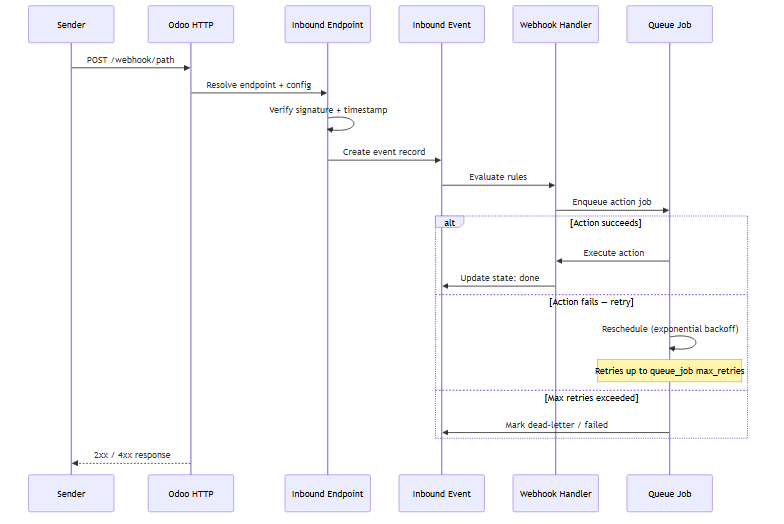
The Mermaid diagram bwt_webhooks_inbound/static/description/diagrams/webhooks-inbound-sequence.png in bitwise-hq/odoo-webhooks, before a commit. Its source is kept beside it as docs/diagrams/webhooks-inbound-sequence.mmd.
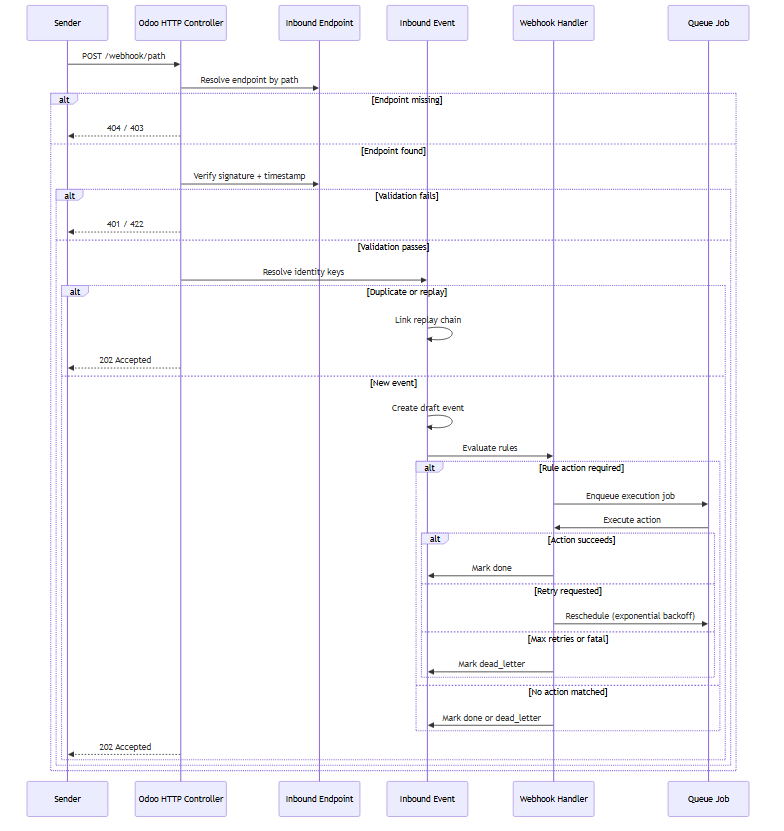
Later version of the same file.

The edit, as a diff of the source:
```diff
@@ -1,24 +1,41 @@
 sequenceDiagram
   participant Sender
-  participant Odoo as Odoo HTTP
+  participant HTTP as Odoo HTTP Controller
   participant Endpoint as Inbound Endpoint
   participant Event as Inbound Event
   participant Handler as Webhook Handler
   participant Queue as Queue Job
 
-  Sender->>Odoo: POST /webhook/path
-  Odoo->>Endpoint: Resolve endpoint + config
-  Endpoint->>Endpoint: Verify signature + timestamp
-  Endpoint->>Event: Create event record
-  Event->>Handler: Evaluate rules
-  Handler->>Queue: Enqueue action job
-  alt Action succeeds
-    Queue->>Handler: Execute action
-    Handler->>Event: Update state: done
-  else Action fails — retry
-    Queue->>Queue: Reschedule (exponential backoff)
-    note over Queue: Retries up to queue_job max_retries
-  else Max retries exceeded
-    Queue->>Event: Mark dead-letter / failed
+  Sender->>HTTP: POST /webhook/path
+  HTTP->>Endpoint: Resolve endpoint by path
+  alt Endpoint missing
+    HTTP-->>Sender: 404 / 403
+  else Endpoint found
+    HTTP->>Endpoint: Verify signature + timestamp
+    alt Validation fails
+      HTTP-->>Sender: 401 / 422
+    else Validation passes
+      HTTP->>Event: Resolve identity keys
+      alt Duplicate or replay
+        Event->>Event: Link replay chain
+        HTTP-->>Sender: 202 Accepted
+      else New event
+        Event->>Event: Create draft event
+        Event->>Handler: Evaluate rules
+        alt Rule action required
+          Handler->>Queue: Enqueue execution job
+          Queue->>Handler: Execute action
+          alt Action succeeds
+            Handler->>Event: Mark done
+          else Retry requested
+            Handler->>Queue: Reschedule (exponential backoff)
+          else Max retries or fatal
+            Handler->>Event: Mark dead_letter
+          end
+        else No action matched
+          Handler->>Event: Mark done or dead_letter
+        end
+        HTTP-->>Sender: 202 Accepted
+      end
+    end
   end
-  Odoo-->>Sender: 2xx / 4xx response
```
